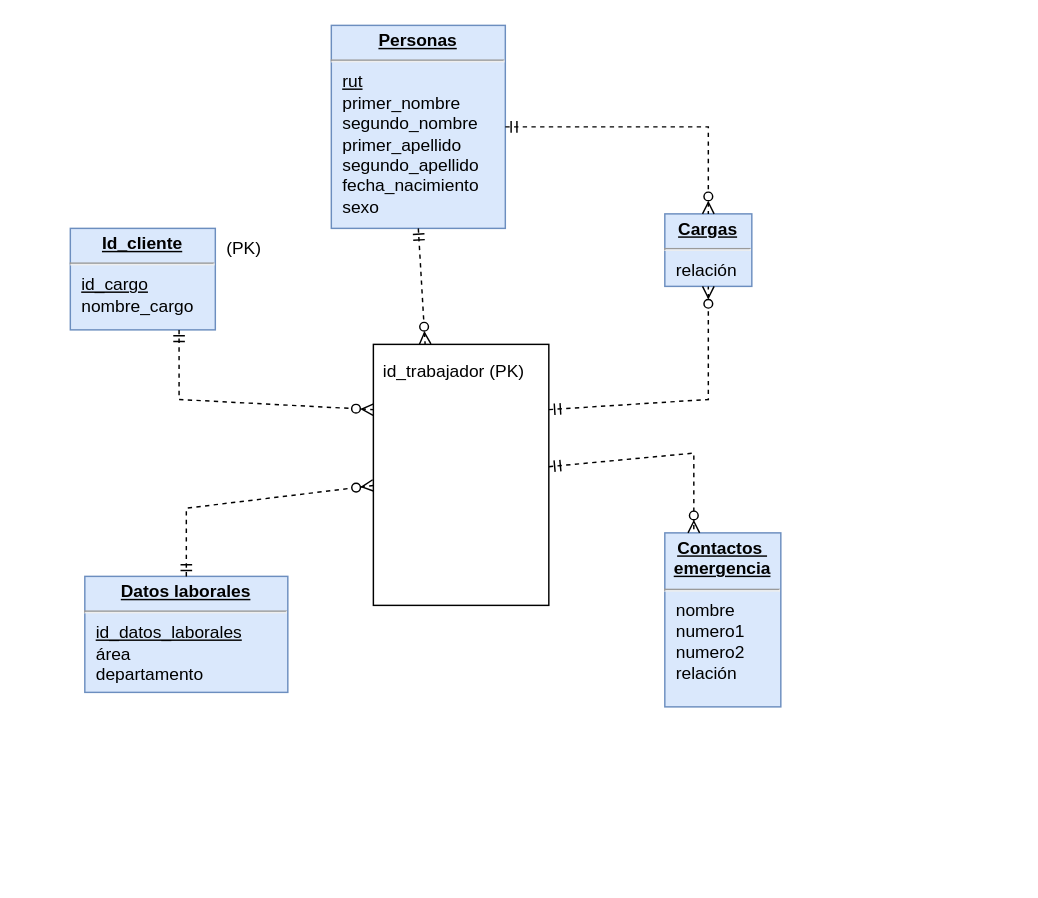
Earlier version of the draw.io diagram ModeloBdTallerDeAplicaciones/Untitled Diagram.drawio (Bixo612/Carpeta1). Source tidied: cells renumbered, new cells numbered last; positions are measured from the earlier drawing's top-left corner, leaving out a move shared by most shapes. Both pictures are drawn from the tidied source at 145%, with x=0, y=0 at pixel (70, 25).
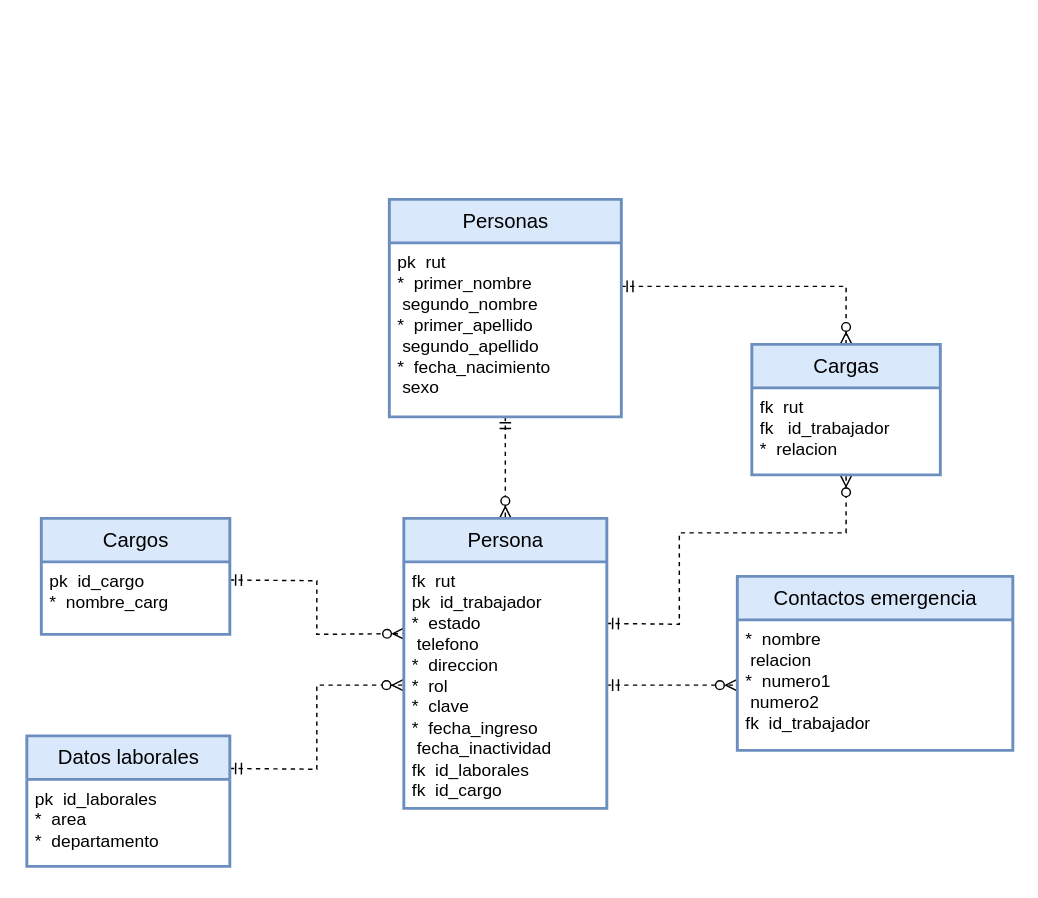
Above is the later version.

What changed in the source:
```diff
@@
-    <mxCell id="2" value="&lt;p style=&quot;margin:0px;margin-top:4px;text-align:center;text-decoration:underline;&quot;&gt;&lt;b&gt;Cargas&lt;/b&gt;&lt;/p&gt;&lt;hr&gt;&lt;p style=&quot;margin:0px;margin-left:8px;&quot;&gt;relación&lt;/p&gt;" style="verticalAlign=top;align=left;overflow=fill;fontSize=12;fontFamily=Helvetica;html=1;fillColor=#dae8fc;strokeColor=#6c8ebf;" parent="1" vertex="1">
-      <mxGeometry x="410" y="130" width="60" height="50" as="geometry" />
-    </mxCell>
-    <mxCell id="3" value="&lt;p style=&quot;margin:0px;margin-top:4px;text-align:center;text-decoration:underline;&quot;&gt;&lt;b&gt;Contactos&amp;nbsp;&lt;/b&gt;&lt;/p&gt;&lt;div style=&quot;text-align: center;&quot;&gt;&lt;span style=&quot;background-color: initial;&quot;&gt;&lt;b&gt;&lt;u&gt;emergencia&lt;/u&gt;&lt;/b&gt;&lt;/span&gt;&lt;/div&gt;&lt;hr&gt;&lt;p style=&quot;margin:0px;margin-left:8px;&quot;&gt;nombre&lt;/p&gt;&lt;p style=&quot;margin:0px;margin-left:8px;&quot;&gt;numero1&lt;/p&gt;&lt;p style=&quot;margin:0px;margin-left:8px;&quot;&gt;numero2&lt;/p&gt;&lt;p style=&quot;margin:0px;margin-left:8px;&quot;&gt;relación&lt;/p&gt;" style="verticalAlign=top;align=left;overflow=fill;fontSize=12;fontFamily=Helvetica;html=1;fillColor=#dae8fc;strokeColor=#6c8ebf;" parent="1" vertex="1">
-      <mxGeometry x="410" y="350" width="80" height="120" as="geometry" />
-    </mxCell>
-    <mxCell id="4" value="&lt;p style=&quot;margin:0px;margin-top:4px;text-align:center;text-decoration:underline;&quot;&gt;&lt;b&gt;Personas&lt;/b&gt;&lt;/p&gt;&lt;hr&gt;&lt;p style=&quot;margin:0px;margin-left:8px;&quot;&gt;&lt;u&gt;rut&lt;/u&gt;&lt;/p&gt;&lt;p style=&quot;margin:0px;margin-left:8px;&quot;&gt;primer_nombre&lt;/p&gt;&lt;p style=&quot;margin:0px;margin-left:8px;&quot;&gt;segundo_nombre&lt;/p&gt;&lt;p style=&quot;margin:0px;margin-left:8px;&quot;&gt;primer_apellido&lt;/p&gt;&lt;p style=&quot;margin:0px;margin-left:8px;&quot;&gt;segundo_apellido&lt;/p&gt;&lt;p style=&quot;margin:0px;margin-left:8px;&quot;&gt;fecha_nacimiento&lt;/p&gt;&lt;p style=&quot;margin:0px;margin-left:8px;&quot;&gt;sexo&lt;/p&gt;&lt;p style=&quot;margin:0px;margin-left:8px;&quot;&gt;&lt;br&gt;&lt;/p&gt;" style="verticalAlign=top;align=left;overflow=fill;fontSize=12;fontFamily=Helvetica;html=1;fillColor=#dae8fc;strokeColor=#6c8ebf;" parent="1" vertex="1">
-      <mxGeometry x="180" width="120" height="140" as="geometry" />
-    </mxCell>
-    <mxCell id="5" value="&lt;p style=&quot;margin:0px;margin-top:4px;text-align:center;text-decoration:underline;&quot;&gt;&lt;b&gt;Id_cliente&lt;/b&gt;&lt;/p&gt;&lt;hr&gt;&lt;p style=&quot;margin:0px;margin-left:8px;&quot;&gt;&lt;u&gt;id_cargo&lt;/u&gt;&lt;/p&gt;&lt;p style=&quot;margin:0px;margin-left:8px;&quot;&gt;nombre_cargo&lt;/p&gt;" style="verticalAlign=top;align=left;overflow=fill;fontSize=12;fontFamily=Helvetica;html=1;fillColor=#dae8fc;strokeColor=#6c8ebf;" parent="1" vertex="1">
-      <mxGeometry y="140" width="100" height="70" as="geometry" />
-    </mxCell>
-    <mxCell id="6" value="&lt;p style=&quot;margin:0px;margin-top:4px;text-align:center;text-decoration:underline;&quot;&gt;&lt;b&gt;Datos laborales&lt;/b&gt;&lt;/p&gt;&lt;hr&gt;&lt;p style=&quot;margin:0px;margin-left:8px;&quot;&gt;&lt;u&gt;id_datos_laborales&lt;/u&gt;&lt;/p&gt;&lt;p style=&quot;margin:0px;margin-left:8px;&quot;&gt;área&lt;br&gt;&lt;/p&gt;&lt;p style=&quot;margin:0px;margin-left:8px;&quot;&gt;&lt;span style=&quot;background-color: initial;&quot;&gt;departamento&lt;/span&gt;&lt;/p&gt;" style="verticalAlign=top;align=left;overflow=fill;fontSize=12;fontFamily=Helvetica;html=1;fillColor=#dae8fc;strokeColor=#6c8ebf;" parent="1" vertex="1">
-      <mxGeometry x="10" y="380" width="140" height="80" as="geometry" />
-    </mxCell>
-    <mxCell id="7" style="fontSize=12;html=1;endArrow=ERzeroToMany;startArrow=ERmandOne;rounded=0;exitX=0.75;exitY=1;exitDx=0;exitDy=0;entryX=0;entryY=0.25;entryDx=0;entryDy=0;dashed=1;" parent="1" edge="1" source="5" target="14">
+    <mxCell id="7" style="fontSize=12;html=1;endArrow=ERzeroToMany;startArrow=ERmandOne;rounded=0;exitX=1;exitY=0.25;exitDx=0;exitDy=0;entryX=0.003;entryY=0.291;entryDx=0;entryDy=0;dashed=1;entryPerimeter=0;" parent="1" edge="1" source="26" target="16">
       <mxGeometry relative="1" as="geometry">
         <Array as="points">
-          <mxPoint x="75" y="258" />
+          <mxPoint x="170" y="383" />
+          <mxPoint x="170" y="420" />
         </Array>
       </mxGeometry>
     </mxCell>
-    <mxCell id="8" style="fontSize=12;html=1;endArrow=ERzeroToMany;startArrow=ERmandOne;rounded=0;dashed=1;" parent="1" edge="1" source="6" target="14">
+    <mxCell id="8" style="fontSize=12;html=1;endArrow=ERzeroToMany;startArrow=ERmandOne;rounded=0;dashed=1;exitX=1;exitY=0.25;exitDx=0;exitDy=0;entryX=0;entryY=0.5;entryDx=0;entryDy=0;" parent="1" edge="1" source="23" target="16">
       <mxGeometry relative="1" as="geometry">
         <Array as="points">
-          <mxPoint x="80" y="333" />
+          <mxPoint x="170" y="513" />
+          <mxPoint x="170" y="455" />
         </Array>
       </mxGeometry>
     </mxCell>
-    <mxCell id="9" style="fontSize=12;html=1;endArrow=ERzeroToMany;startArrow=ERmandOne;rounded=0;exitX=0.5;exitY=1;exitDx=0;exitDy=0;entryX=0.295;entryY=-0.001;entryDx=0;entryDy=0;dashed=1;entryPerimeter=0;" parent="1" edge="1" source="4" target="14">
+    <mxCell id="9" style="fontSize=12;html=1;endArrow=ERzeroToMany;startArrow=ERmandOne;rounded=0;exitX=0.5;exitY=1;exitDx=0;exitDy=0;dashed=1;" parent="1" edge="1" source="22" target="15">
       <mxGeometry relative="1" as="geometry" />
     </mxCell>
-    <mxCell id="10" style="fontSize=12;html=1;endArrow=ERzeroToMany;startArrow=ERmandOne;rounded=0;dashed=1;entryX=0.25;entryY=0;entryDx=0;entryDy=0;" parent="1" edge="1" source="14" target="3">
-      <mxGeometry relative="1" as="geometry">
-        <Array as="points">
-          <mxPoint x="430" y="295" />
-        </Array>
-      </mxGeometry>
+    <mxCell id="10" style="fontSize=12;html=1;endArrow=ERzeroToMany;startArrow=ERmandOne;rounded=0;dashed=1;entryX=0;entryY=0.5;entryDx=0;entryDy=0;exitX=1;exitY=0.5;exitDx=0;exitDy=0;" parent="1" edge="1" source="16" target="18">
+      <mxGeometry relative="1" as="geometry" />
     </mxCell>
-    <mxCell id="11" style="fontSize=12;html=1;endArrow=ERzeroToMany;startArrow=ERmandOne;rounded=0;exitX=1;exitY=0.5;exitDx=0;exitDy=0;entryX=0.5;entryY=0;entryDx=0;entryDy=0;dashed=1;" parent="1" edge="1" source="4" target="2">
+    <mxCell id="11" style="fontSize=12;html=1;endArrow=ERzeroToMany;startArrow=ERmandOne;rounded=0;exitX=1;exitY=0.25;exitDx=0;exitDy=0;entryX=0.5;entryY=0;entryDx=0;entryDy=0;dashed=1;" parent="1" edge="1" source="22" target="19">
       <mxGeometry relative="1" as="geometry">
         <Array as="points">
-          <mxPoint x="440" y="70" />
+          <mxPoint x="535" y="180" />
         </Array>
       </mxGeometry>
     </mxCell>
-    <mxCell id="12" style="fontSize=12;html=1;endArrow=ERzeroToMany;startArrow=ERmandOne;rounded=0;exitX=1;exitY=0.25;exitDx=0;exitDy=0;entryX=0.5;entryY=1;entryDx=0;entryDy=0;dashed=1;" parent="1" edge="1" source="14" target="2">
+    <mxCell id="12" style="fontSize=12;html=1;endArrow=ERzeroToMany;startArrow=ERmandOne;rounded=0;entryX=0.5;entryY=1;entryDx=0;entryDy=0;dashed=1;exitX=1;exitY=0.25;exitDx=0;exitDy=0;" parent="1" edge="1" source="16" target="20">
       <mxGeometry relative="1" as="geometry">
         <Array as="points">
-          <mxPoint x="440" y="258" />
+          <mxPoint x="420" y="413" />
+          <mxPoint x="420" y="350" />
+          <mxPoint x="535" y="350" />
         </Array>
       </mxGeometry>
     </mxCell>
-    <mxCell id="13" value="(PK)" style="text;align=center;fontStyle=0;verticalAlign=middle;spacingLeft=3;spacingRight=3;strokeColor=none;" parent="1" vertex="1">
-      <mxGeometry x="100" y="140" width="40" height="26" as="geometry" />
-    </mxCell>
-    <mxCell id="14" value="id_trabajador&lt;span style=&quot;white-space: pre;&quot;&gt; &lt;/span&gt;(PK)" style="html=1;align=left;spacingTop=5;spacingLeft=5;spacingBottom=5;spacingRight=5;verticalAlign=top;" parent="1" vertex="1">
-      <mxGeometry x="209" y="220" width="121" height="180" as="geometry" />
-    </mxCell>
+    <mxCell id="15" value="Persona" style="swimlane;horizontal=1;startSize=30;rounded=0;fontSize=14;fontStyle=0;strokeWidth=2;shadow=0;dashed=0;align=center;html=1;fillColor=#dae8fc;strokeColor=#6c8ebf;" parent="1" vertex="1">
+      <mxGeometry x="230" y="340" width="140" height="200" as="geometry" />
+    </mxCell>
+    <mxCell id="16" value="&lt;div&gt;&lt;span style=&quot;font-size: 12px;&quot;&gt;fk&lt;span style=&quot;&quot;&gt; &lt;span style=&quot;white-space: pre;&quot;&gt; &lt;/span&gt;&lt;/span&gt;rut&lt;/span&gt;&lt;/div&gt;&lt;div&gt;&lt;span style=&quot;font-size: 12px;&quot;&gt;pk&lt;span style=&quot;&quot;&gt; &lt;span style=&quot;white-space: pre;&quot;&gt; &lt;/span&gt;&lt;/span&gt;id_trabajador&lt;/span&gt;&lt;/div&gt;&lt;div&gt;&lt;span style=&quot;font-size: 12px;&quot;&gt;*&lt;span style=&quot;&quot;&gt; &lt;span style=&quot;white-space: pre;&quot;&gt; &lt;/span&gt;&lt;/span&gt;estado&lt;/span&gt;&lt;/div&gt;&lt;div&gt;&lt;span style=&quot;font-size: 12px;&quot;&gt;&lt;span style=&quot;&quot;&gt; &lt;/span&gt;&lt;span style=&quot;white-space: pre;&quot;&gt; &lt;/span&gt;telefono&lt;/span&gt;&lt;/div&gt;&lt;div&gt;&lt;span style=&quot;font-size: 12px;&quot;&gt;*&lt;span style=&quot;&quot;&gt; &lt;span style=&quot;white-space: pre;&quot;&gt; &lt;/span&gt;&lt;/span&gt;direccion&lt;/span&gt;&lt;/div&gt;&lt;div&gt;&lt;span style=&quot;font-size: 12px;&quot;&gt;*&lt;span style=&quot;&quot;&gt; &lt;span style=&quot;white-space: pre;&quot;&gt; &lt;/span&gt;&lt;/span&gt;rol&lt;/span&gt;&lt;/div&gt;&lt;div&gt;&lt;span style=&quot;font-size: 12px;&quot;&gt;*&lt;span style=&quot;&quot;&gt; &lt;span style=&quot;white-space: pre;&quot;&gt; &lt;/span&gt;&lt;/span&gt;clave&lt;/span&gt;&lt;/div&gt;&lt;div&gt;&lt;span style=&quot;font-size: 12px;&quot;&gt;*&lt;span style=&quot;&quot;&gt; &lt;span style=&quot;white-space: pre;&quot;&gt; &lt;/span&gt;&lt;/span&gt;fecha_ingreso&lt;/span&gt;&lt;/div&gt;&lt;div&gt;&lt;span style=&quot;font-size: 12px;&quot;&gt;&lt;span style=&quot;&quot;&gt; &lt;/span&gt;&lt;span style=&quot;white-space: pre;&quot;&gt; &lt;/span&gt;fecha_inactividad&lt;/span&gt;&lt;/div&gt;&lt;div&gt;&lt;span style=&quot;font-size: 12px;&quot;&gt;fk&lt;span style=&quot;&quot;&gt; &lt;span style=&quot;white-space: pre;&quot;&gt; &lt;/span&gt;&lt;/span&gt;id_laborales&lt;/span&gt;&lt;/div&gt;&lt;div&gt;&lt;span style=&quot;font-size: 12px;&quot;&gt;fk&lt;span style=&quot;&quot;&gt; &lt;span style=&quot;white-space: pre;&quot;&gt; &lt;/span&gt;&lt;/span&gt;id_cargo&lt;/span&gt;&lt;/div&gt;" style="align=left;strokeColor=none;fillColor=none;spacingLeft=4;fontSize=12;verticalAlign=top;html=1;rounded=0;" parent="15" vertex="1">
+      <mxGeometry y="30" width="140" height="170" as="geometry" />
+    </mxCell>
+    <mxCell id="17" value="Contactos emergencia" style="swimlane;horizontal=1;startSize=30;rounded=0;fontSize=14;fontStyle=0;strokeWidth=2;shadow=0;dashed=0;align=center;html=1;fillColor=#dae8fc;strokeColor=#6c8ebf;" parent="1" vertex="1">
+      <mxGeometry x="460" y="380" width="190" height="120" as="geometry" />
+    </mxCell>
+    <mxCell id="18" value="&lt;div&gt;&lt;span style=&quot;font-size: 12px;&quot;&gt;*&lt;span style=&quot;&quot;&gt; &lt;span style=&quot;white-space: pre;&quot;&gt; &lt;/span&gt;&lt;/span&gt;nombre&lt;/span&gt;&lt;/div&gt;&lt;div&gt;&lt;span style=&quot;font-size: 12px;&quot;&gt;&lt;span style=&quot;&quot;&gt; &lt;/span&gt;&lt;span style=&quot;white-space: pre;&quot;&gt; &lt;/span&gt;relacion&lt;/span&gt;&lt;/div&gt;&lt;div&gt;&lt;span style=&quot;font-size: 12px;&quot;&gt;*&lt;span style=&quot;&quot;&gt; &lt;span style=&quot;white-space: pre;&quot;&gt; &lt;/span&gt;&lt;/span&gt;numero1&lt;/span&gt;&lt;/div&gt;&lt;div&gt;&lt;span style=&quot;font-size: 12px;&quot;&gt;&lt;span style=&quot;&quot;&gt; &lt;/span&gt;&lt;span style=&quot;white-space: pre;&quot;&gt; &lt;/span&gt;numero2&lt;/span&gt;&lt;/div&gt;&lt;div&gt;&lt;span style=&quot;font-size: 12px;&quot;&gt;fk&lt;span style=&quot;&quot;&gt; &lt;span style=&quot;white-space: pre;&quot;&gt; &lt;/span&gt;&lt;/span&gt;id_trabajador&lt;/span&gt;&lt;/div&gt;" style="align=left;strokeColor=none;fillColor=none;spacingLeft=4;fontSize=12;verticalAlign=top;html=1;rounded=0;" parent="17" vertex="1">
+      <mxGeometry y="30" width="190" height="90" as="geometry" />
+    </mxCell>
+    <mxCell id="19" value="Cargas" style="swimlane;horizontal=1;startSize=30;rounded=0;fontSize=14;fontStyle=0;strokeWidth=2;shadow=0;dashed=0;align=center;html=1;fillColor=#dae8fc;strokeColor=#6c8ebf;" parent="1" vertex="1">
+      <mxGeometry x="470" y="220" width="130" height="90" as="geometry" />
+    </mxCell>
+    <mxCell id="20" value="&lt;div&gt;&lt;span style=&quot;font-size: 12px;&quot;&gt;fk&lt;span style=&quot;&quot;&gt; &lt;span style=&quot;white-space: pre;&quot;&gt; &lt;/span&gt;&lt;/span&gt;rut&lt;/span&gt;&lt;/div&gt;&lt;div&gt;&lt;span style=&quot;font-size: 12px;&quot;&gt;fk &lt;span style=&quot;white-space: pre;&quot;&gt; &lt;/span&gt;&lt;span style=&quot;&quot;&gt; &lt;/span&gt;id_trabajador&lt;/span&gt;&lt;/div&gt;&lt;div&gt;&lt;span style=&quot;font-size: 12px;&quot;&gt;*&lt;span style=&quot;&quot;&gt; &lt;span style=&quot;white-space: pre;&quot;&gt; &lt;/span&gt;&lt;/span&gt;relacion&lt;/span&gt;&lt;/div&gt;" style="align=left;strokeColor=none;fillColor=none;spacingLeft=4;fontSize=12;verticalAlign=top;html=1;rounded=0;" parent="19" vertex="1">
+      <mxGeometry y="30" width="130" height="60" as="geometry" />
+    </mxCell>
+    <mxCell id="21" value="Personas" style="swimlane;horizontal=1;startSize=30;rounded=0;fontSize=14;fontStyle=0;strokeWidth=2;shadow=0;dashed=0;align=center;html=1;fillColor=#dae8fc;strokeColor=#6c8ebf;" parent="1" vertex="1">
+      <mxGeometry x="220" y="120" width="160" height="150" as="geometry" />
+    </mxCell>
+    <mxCell id="22" value="&lt;div&gt;&lt;span style=&quot;font-size: 12px;&quot;&gt;pk&lt;span style=&quot;&quot;&gt; &lt;span style=&quot;white-space: pre;&quot;&gt; &lt;/span&gt;&lt;/span&gt;rut&lt;/span&gt;&lt;/div&gt;&lt;div&gt;&lt;span style=&quot;font-size: 12px;&quot;&gt;*&lt;span style=&quot;&quot;&gt; &lt;span style=&quot;white-space: pre;&quot;&gt; &lt;/span&gt;&lt;/span&gt;primer_nombre&lt;/span&gt;&lt;/div&gt;&lt;div&gt;&lt;span style=&quot;font-size: 12px;&quot;&gt;&lt;span style=&quot;&quot;&gt; &lt;/span&gt;&lt;span style=&quot;white-space: pre;&quot;&gt; &lt;/span&gt;segundo_nombre&lt;/span&gt;&lt;/div&gt;&lt;div&gt;&lt;span style=&quot;font-size: 12px;&quot;&gt;*&lt;span style=&quot;&quot;&gt; &lt;span style=&quot;white-space: pre;&quot;&gt; &lt;/span&gt;&lt;/span&gt;primer_apellido&lt;/span&gt;&lt;/div&gt;&lt;div&gt;&lt;span style=&quot;font-size: 12px;&quot;&gt;&lt;span style=&quot;&quot;&gt; &lt;/span&gt;&lt;span style=&quot;white-space: pre;&quot;&gt; &lt;/span&gt;segundo_apellido&lt;/span&gt;&lt;/div&gt;&lt;div&gt;&lt;span style=&quot;font-size: 12px;&quot;&gt;*&lt;span style=&quot;&quot;&gt; &lt;span style=&quot;white-space: pre;&quot;&gt; &lt;/span&gt;&lt;/span&gt;fecha_nacimiento&lt;/span&gt;&lt;/div&gt;&lt;div&gt;&lt;span style=&quot;font-size: 12px;&quot;&gt;&lt;span style=&quot;&quot;&gt; &lt;/span&gt;&lt;span style=&quot;white-space: pre;&quot;&gt; &lt;/span&gt;sexo&lt;/span&gt;&lt;/div&gt;" style="align=left;strokeColor=none;fillColor=none;spacingLeft=4;fontSize=12;verticalAlign=top;html=1;rounded=0;" parent="21" vertex="1">
+      <mxGeometry y="30" width="160" height="120" as="geometry" />
+    </mxCell>
+    <mxCell id="23" value="Datos laborales" style="swimlane;horizontal=1;startSize=30;rounded=0;fontSize=14;fontStyle=0;strokeWidth=2;shadow=0;dashed=0;align=center;html=1;fillColor=#dae8fc;strokeColor=#6c8ebf;" parent="1" vertex="1">
+      <mxGeometry x="-30" y="490" width="140" height="90" as="geometry" />
+    </mxCell>
+    <mxCell id="24" value="&lt;div&gt;&lt;span style=&quot;font-size: 12px;&quot;&gt;pk&lt;span style=&quot;&quot;&gt; &lt;span style=&quot;white-space: pre;&quot;&gt; &lt;/span&gt;&lt;/span&gt;id_laborales&lt;/span&gt;&lt;/div&gt;&lt;div&gt;&lt;span style=&quot;font-size: 12px;&quot;&gt;*&lt;span style=&quot;&quot;&gt; &lt;span style=&quot;white-space: pre;&quot;&gt; &lt;/span&gt;&lt;/span&gt;area&lt;/span&gt;&lt;/div&gt;&lt;div&gt;&lt;span style=&quot;font-size: 12px;&quot;&gt;*&lt;span style=&quot;&quot;&gt; &lt;span style=&quot;white-space: pre;&quot;&gt; &lt;/span&gt;&lt;/span&gt;departamento&lt;/span&gt;&lt;/div&gt;&lt;div&gt;&lt;br&gt;&lt;/div&gt;" style="align=left;strokeColor=none;fillColor=none;spacingLeft=4;fontSize=12;verticalAlign=top;html=1;rounded=0;" parent="23" vertex="1">
+      <mxGeometry y="30" width="140" height="60" as="geometry" />
+    </mxCell>
+    <mxCell id="25" value="Cargos" style="swimlane;horizontal=1;startSize=30;rounded=0;fontSize=14;fontStyle=0;strokeWidth=2;shadow=0;dashed=0;align=center;html=1;fillColor=#dae8fc;strokeColor=#6c8ebf;" parent="1" vertex="1">
+      <mxGeometry x="-20" y="340" width="130" height="80" as="geometry" />
+    </mxCell>
+    <mxCell id="26" value="&lt;div&gt;&lt;span style=&quot;font-size: 12px;&quot;&gt;pk&lt;span style=&quot;&quot;&gt; &lt;span style=&quot;white-space: pre;&quot;&gt; &lt;/span&gt;&lt;/span&gt;id_cargo&lt;/span&gt;&lt;/div&gt;&lt;div&gt;&lt;span style=&quot;font-size: 12px;&quot;&gt;*&lt;span style=&quot;&quot;&gt; &lt;span style=&quot;white-space: pre;&quot;&gt; &lt;/span&gt;&lt;/span&gt;nombre_carg&lt;/span&gt;&lt;/div&gt;" style="align=left;strokeColor=none;fillColor=none;spacingLeft=4;fontSize=12;verticalAlign=top;html=1;rounded=0;" parent="25" vertex="1">
+      <mxGeometry y="30" width="130" height="50" as="geometry" />
+    </mxCell>
```
